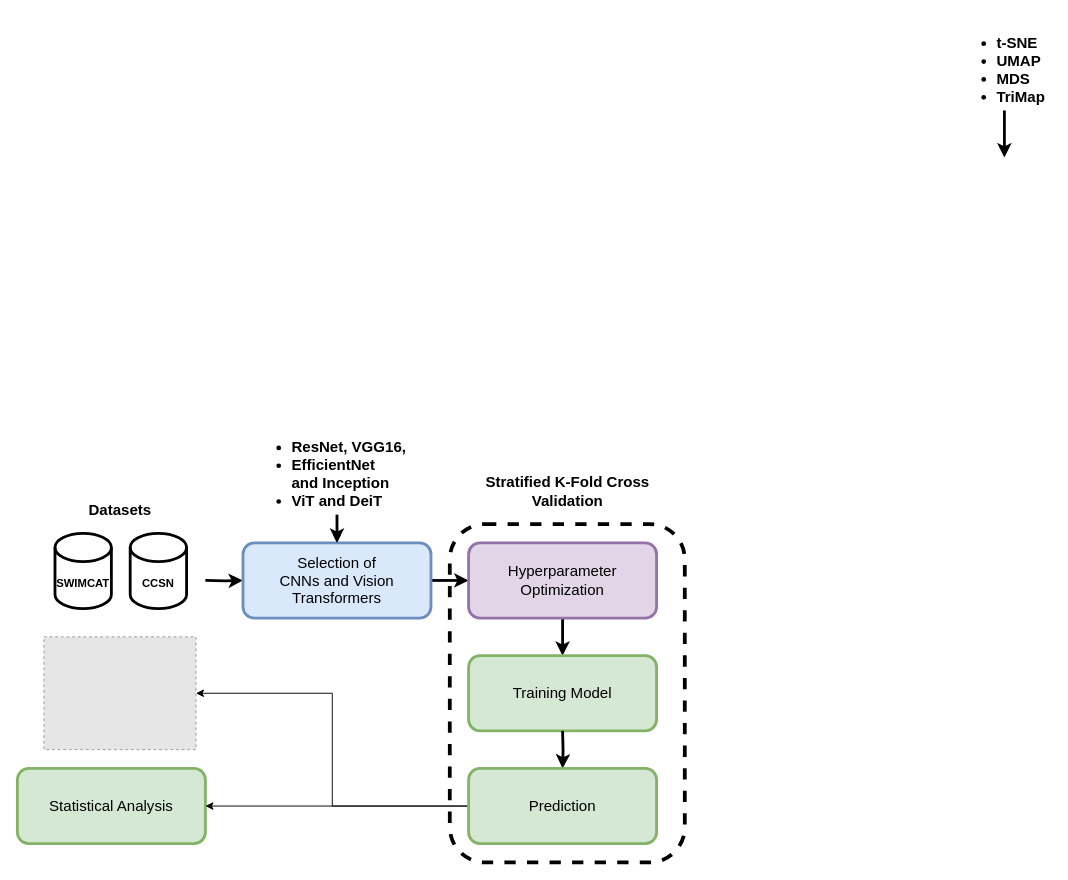
viniciusrpb/drawio_flowcharts keeps this draw.io diagram as euvip_methodology.drawio. Above is the earlier version. Source tidied: cells renumbered, new cells numbered last; positions are measured from the earlier drawing's top-left corner, leaving out a move shared by most shapes. Both pictures are drawn from the tidied source at 94%, with x=0, y=0 at pixel (17, 16). Pictures stored in the file or linked from it are replaced by grey dashed boxes.
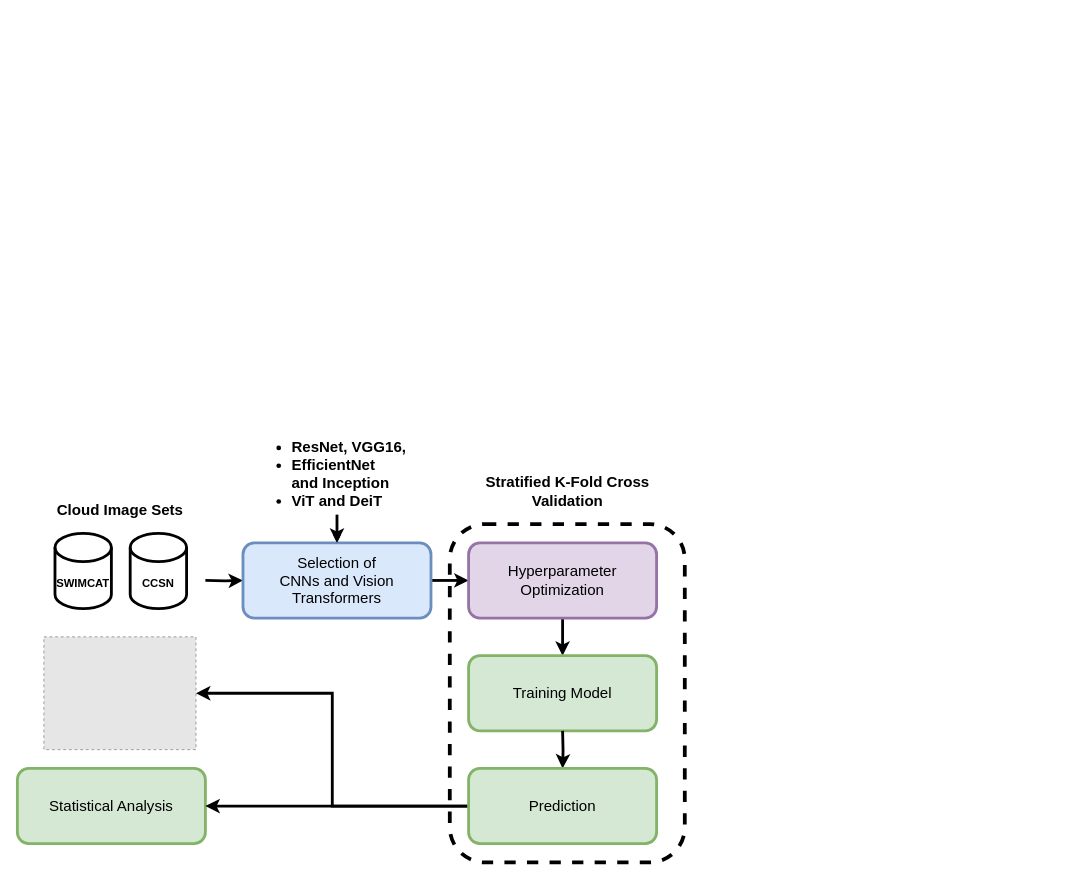
After the change.

Unchanged cells that the change refers to:
```xml
<mxCell id="12" style="fillColor=#E6E6E6;strokeColor=#999999;dashed=1;verticalLabelPosition=bottom;labelBackgroundColor=default;verticalAlign=top;" parent="1" vertex="1">
  <mxGeometry x="28.2" y="660" width="161.8" height="120" as="geometry" />
</mxCell>
<mxCell id="15" value="Statistical Analysis" style="rounded=1;whiteSpace=wrap;html=1;fontSize=16;strokeWidth=3;fillColor=#d5e8d4;strokeColor=#82b366;" parent="1" vertex="1">
  <mxGeometry y="800" width="200" height="80" as="geometry" />
</mxCell>
<mxCell id="20" value="Prediction" style="rounded=1;whiteSpace=wrap;html=1;fontSize=16;strokeWidth=3;fillColor=#d5e8d4;strokeColor=#82b366;" parent="1" vertex="1">
  <mxGeometry x="480" y="800" width="200" height="80" as="geometry" />
</mxCell>
```

The edit, as a diff of the source:
```diff
@@
-    <mxCell id="11" style="edgeStyle=orthogonalEdgeStyle;rounded=0;jettySize=auto;html=1;entryX=0.5;entryY=0;entryDx=0;entryDy=0;strokeWidth=3;" parent="1" edge="1" source="13">
-      <mxGeometry relative="1" as="geometry">
-        <mxPoint x="1050" y="150" as="targetPoint" />
-      </mxGeometry>
-    </mxCell>
@@
-    <mxCell id="13" value="&lt;ul&gt;&lt;li&gt;t-SNE&lt;/li&gt;&lt;li&gt;UMAP&lt;/li&gt;&lt;li&gt;MDS&lt;/li&gt;&lt;li&gt;TriMap&lt;/li&gt;&lt;/ul&gt;&lt;div&gt;&lt;br&gt;&lt;/div&gt;" style="text;strokeColor=none;fillColor=none;html=1;whiteSpace=wrap;verticalAlign=middle;overflow=hidden;fontStyle=1;fontSize=16;" parent="1" vertex="1">
-      <mxGeometry x="1000" width="100" height="100" as="geometry" />
-    </mxCell>
@@
-    <mxCell id="18" style="edgeStyle=orthogonalEdgeStyle;rounded=0;jettySize=auto;html=1;entryX=1;entryY=0.5;entryDx=0;entryDy=0;" parent="1" edge="1" source="20" target="12">
+    <mxCell id="18" style="edgeStyle=orthogonalEdgeStyle;rounded=0;jettySize=auto;html=1;entryX=1;entryY=0.5;entryDx=0;entryDy=0;strokeWidth=3;" parent="1" edge="1" source="20" target="12">
       <mxGeometry relative="1" as="geometry" />
     </mxCell>
-    <mxCell id="19" style="edgeStyle=orthogonalEdgeStyle;rounded=0;jettySize=auto;html=1;exitX=0;exitY=0.5;exitDx=0;exitDy=0;entryX=1;entryY=0.5;entryDx=0;entryDy=0;" parent="1" edge="1" source="20" target="15">
+    <mxCell id="19" style="edgeStyle=orthogonalEdgeStyle;rounded=0;jettySize=auto;html=1;exitX=0;exitY=0.5;exitDx=0;exitDy=0;entryX=1;entryY=0.5;entryDx=0;entryDy=0;strokeWidth=3;" parent="1" edge="1" source="20" target="15">
       <mxGeometry relative="1" as="geometry" />
     </mxCell>
@@
-    <mxCell id="23" value="Datasets" style="text;html=1;whiteSpace=wrap;strokeColor=none;fillColor=none;align=center;verticalAlign=middle;rounded=0;fontStyle=1;fontSize=16;" parent="1" vertex="1">
+    <mxCell id="23" value="Cloud Image Sets" style="text;html=1;whiteSpace=wrap;strokeColor=none;fillColor=none;align=center;verticalAlign=middle;rounded=0;fontStyle=1;fontSize=16;" parent="1" vertex="1">
       <mxGeometry x="11.6" y="510" width="195" height="30" as="geometry" />
     </mxCell>
```
